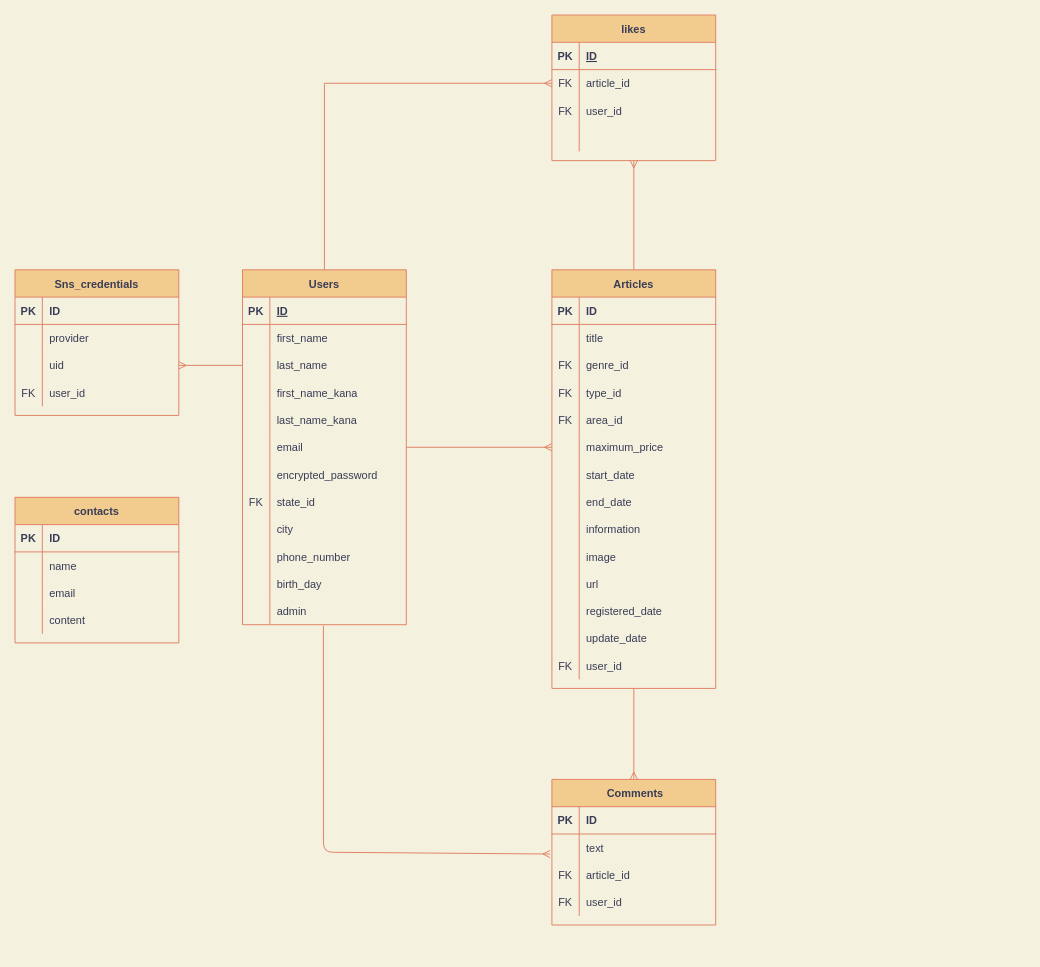
daichi1002/assist keeps this draw.io diagram as assist.dio. Above is the earlier version. Source tidied: cells renumbered, new cells numbered last; positions are measured from the earlier drawing's top-left corner, leaving out a move shared by most shapes. Both pictures are drawn from the tidied source at 91%, with x=0, y=0 at pixel (15, 15).
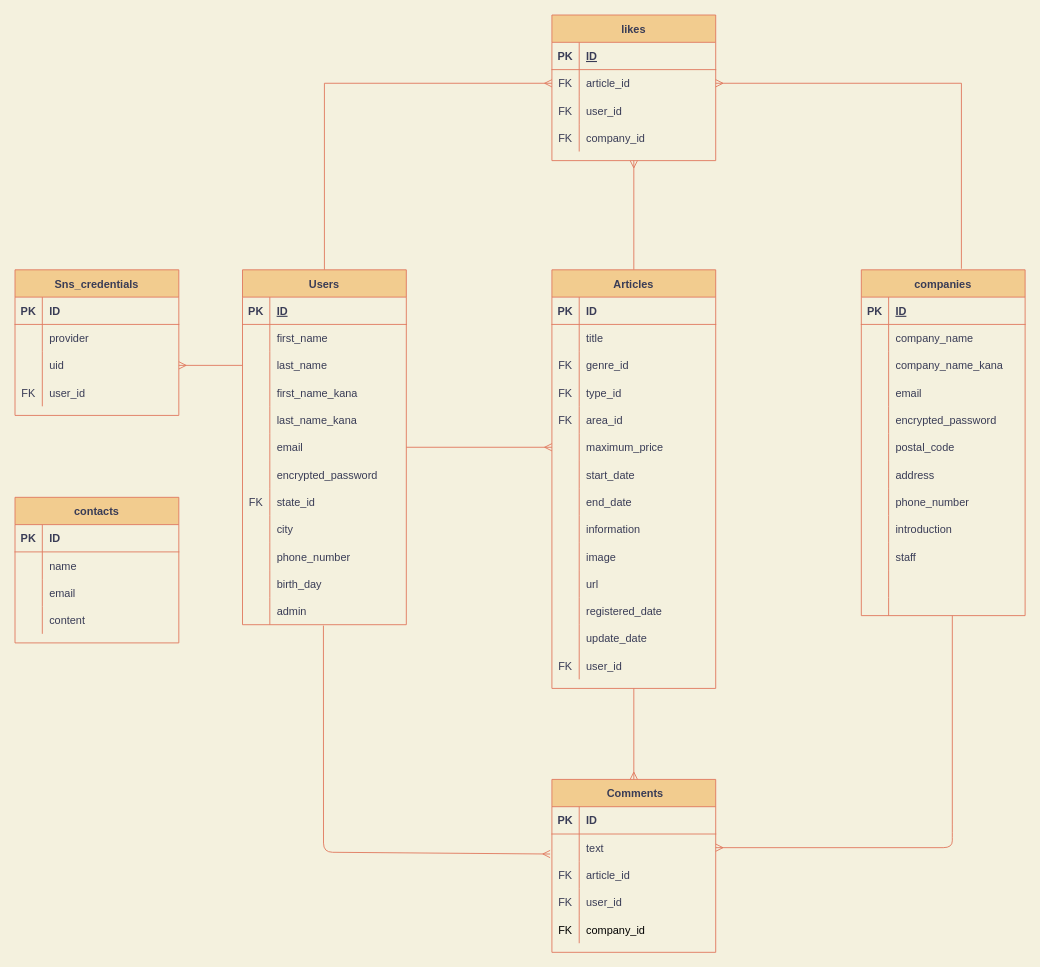
The same page after the edit.

The change refers to these unchanged cells:
```xml
<mxCell id="88" style="shape=partialRectangle;fillColor=none;top=0;left=0;bottom=0;right=0;points=[[0,0.5],[1,0.5]];portConstraint=eastwest;strokeColor=#E07A5F;fontColor=#393C56;" parent="84" vertex="1">
  <mxGeometry y="60" width="180" height="30" as="geometry" />
</mxCell>
<mxCell id="94" style="shape=partialRectangle;fillColor=none;top=0;left=0;bottom=0;right=0;strokeColor=#E07A5F;fontColor=#393C56;" parent="84" vertex="1">
  <mxGeometry y="120" width="180" height="30" as="geometry" />
</mxCell>
<mxCell id="101" style="shape=partialRectangle;fillColor=none;top=0;left=0;bottom=0;right=0;points=[[0,0.5],[1,0.5]];portConstraint=eastwest;strokeColor=#E07A5F;fontColor=#393C56;" parent="97" vertex="1">
  <mxGeometry y="60" width="180" height="30" as="geometry" />
</mxCell>
```

The edit, as a diff of the source:
```diff
@@
-    <mxCell id="95" style="shape=partialRectangle;fillColor=none;top=0;left=0;bottom=0;right=0;overflow=hidden;strokeColor=#E07A5F;fontColor=#393C56;" parent="94" vertex="1">
+    <mxCell id="95" value="FK" style="shape=partialRectangle;fillColor=none;top=0;left=0;bottom=0;right=0;overflow=hidden;strokeColor=#E07A5F;fontColor=#393C56;" parent="94" vertex="1">
       <mxGeometry width="30" height="30" as="geometry" />
     </mxCell>
-    <mxCell id="96" style="shape=partialRectangle;fillColor=none;top=0;left=0;bottom=0;right=0;align=left;spacingLeft=6;overflow=hidden;strokeColor=#E07A5F;fontColor=#393C56;" parent="94" vertex="1">
+    <mxCell id="96" value="company_id" style="shape=partialRectangle;fillColor=none;top=0;left=0;bottom=0;right=0;align=left;spacingLeft=6;overflow=hidden;strokeColor=#E07A5F;fontColor=#393C56;" parent="94" vertex="1">
       <mxGeometry x="30" width="150" height="30" as="geometry" />
     </mxCell>
     <mxCell id="97" value=" Comments" style="shape=table;startSize=30;childLayout=tableLayout;rowLines=0;fontStyle=1;align=center;fillColor=#F2CC8F;strokeColor=#E07A5F;fontColor=#393C56;" parent="1" vertex="1">
-      <mxGeometry x="590" y="840" width="180" height="160" as="geometry" />
+      <mxGeometry x="590" y="840" width="180" height="190" as="geometry" />
     </mxCell>
@@
+    <mxCell id="140" style="shape=partialRectangle;fillColor=none;top=0;left=0;bottom=0;right=0;" parent="97" vertex="1">
+      <mxGeometry y="150" width="180" height="30" as="geometry" />
+    </mxCell>
+    <mxCell id="141" value="FK" style="shape=partialRectangle;fillColor=none;top=0;left=0;bottom=0;right=0;fontStyle=0;overflow=hidden;fontColor=#000000;" parent="140" vertex="1">
+      <mxGeometry width="30" height="30" as="geometry" />
+    </mxCell>
+    <mxCell id="142" value="company_id" style="shape=partialRectangle;fillColor=none;top=0;left=0;bottom=0;right=0;align=left;spacingLeft=6;fontStyle=0;overflow=hidden;fontColor=#000000;" parent="140" vertex="1">
+      <mxGeometry x="30" width="150" height="30" as="geometry" />
+    </mxCell>
@@
+    <mxCell id="143" value="companies" style="shape=table;startSize=30;childLayout=tableLayout;rowLines=0;fontStyle=1;align=center;fillColor=#F2CC8F;strokeColor=#E07A5F;fontColor=#393C56;" parent="1" vertex="1">
+      <mxGeometry x="930" y="280" width="180" height="380" as="geometry" />
+    </mxCell>
+    <mxCell id="144" style="shape=partialRectangle;fillColor=none;top=0;left=0;bottom=1;right=0;strokeColor=#E07A5F;fontColor=#393C56;" parent="143" vertex="1">
+      <mxGeometry y="30" width="180" height="30" as="geometry" />
+    </mxCell>
+    <mxCell id="145" value="PK" style="shape=partialRectangle;fillColor=none;top=0;left=0;bottom=0;right=0;fontStyle=1;overflow=hidden;strokeColor=#E07A5F;fontColor=#393C56;" parent="144" vertex="1">
+      <mxGeometry width="30" height="30" as="geometry" />
+    </mxCell>
+    <mxCell id="146" value="ID" style="shape=partialRectangle;fillColor=none;top=0;left=0;bottom=0;right=0;align=left;spacingLeft=6;fontStyle=5;overflow=hidden;strokeColor=#E07A5F;fontColor=#393C56;" parent="144" vertex="1">
+      <mxGeometry x="30" width="150" height="30" as="geometry" />
+    </mxCell>
+    <mxCell id="147" style="shape=partialRectangle;fillColor=none;top=0;left=0;bottom=0;right=0;strokeColor=#E07A5F;fontColor=#393C56;" parent="143" vertex="1">
+      <mxGeometry y="60" width="180" height="30" as="geometry" />
+    </mxCell>
+    <mxCell id="148" style="shape=partialRectangle;fillColor=none;top=0;left=0;bottom=0;right=0;overflow=hidden;strokeColor=#E07A5F;fontColor=#393C56;" parent="147" vertex="1">
+      <mxGeometry width="30" height="30" as="geometry" />
+    </mxCell>
+    <mxCell id="149" value="company_name" style="shape=partialRectangle;fillColor=none;top=0;left=0;bottom=0;right=0;align=left;spacingLeft=6;overflow=hidden;strokeColor=#E07A5F;fontColor=#393C56;" parent="147" vertex="1">
+      <mxGeometry x="30" width="150" height="30" as="geometry" />
+    </mxCell>
+    <mxCell id="150" style="shape=partialRectangle;fillColor=none;top=0;left=0;bottom=0;right=0;strokeColor=#E07A5F;fontColor=#393C56;" parent="143" vertex="1">
+      <mxGeometry y="90" width="180" height="30" as="geometry" />
+    </mxCell>
+    <mxCell id="151" style="shape=partialRectangle;fillColor=none;top=0;left=0;bottom=0;right=0;overflow=hidden;strokeColor=#E07A5F;fontColor=#393C56;" parent="150" vertex="1">
+      <mxGeometry width="30" height="30" as="geometry" />
+    </mxCell>
+    <mxCell id="152" value="company_name_kana" style="shape=partialRectangle;fillColor=none;top=0;left=0;bottom=0;right=0;align=left;spacingLeft=6;overflow=hidden;strokeColor=#E07A5F;fontColor=#393C56;" parent="150" vertex="1">
+      <mxGeometry x="30" width="150" height="30" as="geometry" />
+    </mxCell>
+    <mxCell id="153" style="shape=partialRectangle;fillColor=none;top=0;left=0;bottom=0;right=0;strokeColor=#E07A5F;fontColor=#393C56;" parent="143" vertex="1">
+      <mxGeometry y="120" width="180" height="30" as="geometry" />
+    </mxCell>
+    <mxCell id="154" style="shape=partialRectangle;fillColor=none;top=0;left=0;bottom=0;right=0;overflow=hidden;strokeColor=#E07A5F;fontColor=#393C56;" parent="153" vertex="1">
+      <mxGeometry width="30" height="30" as="geometry" />
+    </mxCell>
+    <mxCell id="155" value="email" style="shape=partialRectangle;fillColor=none;top=0;left=0;bottom=0;right=0;align=left;spacingLeft=6;overflow=hidden;strokeColor=#E07A5F;fontColor=#393C56;" parent="153" vertex="1">
+      <mxGeometry x="30" width="150" height="30" as="geometry" />
+    </mxCell>
+    <mxCell id="156" style="shape=partialRectangle;fillColor=none;top=0;left=0;bottom=0;right=0;strokeColor=#E07A5F;fontColor=#393C56;" parent="143" vertex="1">
+      <mxGeometry y="150" width="180" height="30" as="geometry" />
+    </mxCell>
+    <mxCell id="157" style="shape=partialRectangle;fillColor=none;top=0;left=0;bottom=0;right=0;overflow=hidden;strokeColor=#E07A5F;fontColor=#393C56;" parent="156" vertex="1">
+      <mxGeometry width="30" height="30" as="geometry" />
+    </mxCell>
+    <mxCell id="158" value="encrypted_password" style="shape=partialRectangle;fillColor=none;top=0;left=0;bottom=0;right=0;align=left;spacingLeft=6;overflow=hidden;strokeColor=#E07A5F;fontColor=#393C56;" parent="156" vertex="1">
+      <mxGeometry x="30" width="150" height="30" as="geometry" />
+    </mxCell>
+    <mxCell id="159" style="shape=partialRectangle;fillColor=none;top=0;left=0;bottom=0;right=0;strokeColor=#E07A5F;fontColor=#393C56;" parent="143" vertex="1">
+      <mxGeometry y="180" width="180" height="30" as="geometry" />
+    </mxCell>
+    <mxCell id="160" style="shape=partialRectangle;fillColor=none;top=0;left=0;bottom=0;right=0;overflow=hidden;strokeColor=#E07A5F;fontColor=#393C56;" parent="159" vertex="1">
+      <mxGeometry width="30" height="30" as="geometry" />
+    </mxCell>
+    <mxCell id="161" value="postal_code" style="shape=partialRectangle;fillColor=none;top=0;left=0;bottom=0;right=0;align=left;spacingLeft=6;overflow=hidden;strokeColor=#E07A5F;fontColor=#393C56;" parent="159" vertex="1">
+      <mxGeometry x="30" width="150" height="30" as="geometry" />
+    </mxCell>
+    <mxCell id="162" style="shape=partialRectangle;fillColor=none;top=0;left=0;bottom=0;right=0;strokeColor=#E07A5F;fontColor=#393C56;" parent="143" vertex="1">
+      <mxGeometry y="210" width="180" height="30" as="geometry" />
+    </mxCell>
+    <mxCell id="163" style="shape=partialRectangle;fillColor=none;top=0;left=0;bottom=0;right=0;overflow=hidden;strokeColor=#E07A5F;fontColor=#393C56;" parent="162" vertex="1">
+      <mxGeometry width="30" height="30" as="geometry" />
+    </mxCell>
+    <mxCell id="164" value="address" style="shape=partialRectangle;fillColor=none;top=0;left=0;bottom=0;right=0;align=left;spacingLeft=6;overflow=hidden;strokeColor=#E07A5F;fontColor=#393C56;" parent="162" vertex="1">
+      <mxGeometry x="30" width="150" height="30" as="geometry" />
+    </mxCell>
+    <mxCell id="165" style="shape=partialRectangle;fillColor=none;top=0;left=0;bottom=0;right=0;strokeColor=#E07A5F;fontColor=#393C56;" parent="143" vertex="1">
+      <mxGeometry y="240" width="180" height="30" as="geometry" />
+    </mxCell>
+    <mxCell id="166" style="shape=partialRectangle;fillColor=none;top=0;left=0;bottom=0;right=0;overflow=hidden;strokeColor=#E07A5F;fontColor=#393C56;" parent="165" vertex="1">
+      <mxGeometry width="30" height="30" as="geometry" />
+    </mxCell>
+    <mxCell id="167" value="phone_number" style="shape=partialRectangle;fillColor=none;top=0;left=0;bottom=0;right=0;align=left;spacingLeft=6;overflow=hidden;strokeColor=#E07A5F;fontColor=#393C56;" parent="165" vertex="1">
+      <mxGeometry x="30" width="150" height="30" as="geometry" />
+    </mxCell>
+    <mxCell id="168" style="shape=partialRectangle;fillColor=none;top=0;left=0;bottom=0;right=0;strokeColor=#E07A5F;fontColor=#393C56;" parent="143" vertex="1">
+      <mxGeometry y="270" width="180" height="30" as="geometry" />
+    </mxCell>
+    <mxCell id="169" style="shape=partialRectangle;fillColor=none;top=0;left=0;bottom=0;right=0;overflow=hidden;strokeColor=#E07A5F;fontColor=#393C56;" parent="168" vertex="1">
+      <mxGeometry width="30" height="30" as="geometry" />
+    </mxCell>
+    <mxCell id="170" value="introduction" style="shape=partialRectangle;fillColor=none;top=0;left=0;bottom=0;right=0;align=left;spacingLeft=6;overflow=hidden;strokeColor=#E07A5F;fontColor=#393C56;" parent="168" vertex="1">
+      <mxGeometry x="30" width="150" height="30" as="geometry" />
+    </mxCell>
+    <mxCell id="171" style="shape=partialRectangle;fillColor=none;top=0;left=0;bottom=0;right=0;strokeColor=#E07A5F;fontColor=#393C56;" parent="143" vertex="1">
+      <mxGeometry y="300" width="180" height="30" as="geometry" />
+    </mxCell>
+    <mxCell id="172" style="shape=partialRectangle;fillColor=none;top=0;left=0;bottom=0;right=0;overflow=hidden;strokeColor=#E07A5F;fontColor=#393C56;" parent="171" vertex="1">
+      <mxGeometry width="30" height="30" as="geometry" />
+    </mxCell>
+    <mxCell id="173" value="staff" style="shape=partialRectangle;fillColor=none;top=0;left=0;bottom=0;right=0;align=left;spacingLeft=6;overflow=hidden;strokeColor=#E07A5F;fontColor=#393C56;" parent="171" vertex="1">
+      <mxGeometry x="30" width="150" height="30" as="geometry" />
+    </mxCell>
+    <mxCell id="174" style="shape=partialRectangle;fillColor=none;top=0;left=0;bottom=0;right=0;strokeColor=#E07A5F;fontColor=#393C56;" parent="143" vertex="1">
+      <mxGeometry y="330" width="180" height="30" as="geometry" />
+    </mxCell>
+    <mxCell id="175" style="shape=partialRectangle;fillColor=none;top=0;left=0;bottom=0;right=0;fontStyle=0;overflow=hidden;strokeColor=#E07A5F;fontColor=#393C56;" parent="174" vertex="1">
+      <mxGeometry width="30" height="30" as="geometry" />
+    </mxCell>
+    <mxCell id="176" style="shape=partialRectangle;fillColor=none;top=0;left=0;bottom=0;right=0;align=left;spacingLeft=6;fontStyle=0;overflow=hidden;strokeColor=#E07A5F;fontColor=#393C56;" parent="174" vertex="1">
+      <mxGeometry x="30" width="150" height="30" as="geometry" />
+    </mxCell>
+    <mxCell id="177" style="shape=partialRectangle;fillColor=none;top=0;left=0;bottom=0;right=0;strokeColor=#E07A5F;fontColor=#393C56;" parent="143" vertex="1">
+      <mxGeometry y="360" width="180" height="20" as="geometry" />
+    </mxCell>
+    <mxCell id="178" style="shape=partialRectangle;fillColor=none;top=0;left=0;bottom=0;right=0;fontStyle=0;overflow=hidden;strokeColor=#E07A5F;fontColor=#393C56;" parent="177" vertex="1">
+      <mxGeometry width="30" height="20" as="geometry" />
+    </mxCell>
+    <mxCell id="179" style="shape=partialRectangle;fillColor=none;top=0;left=0;bottom=0;right=0;align=left;spacingLeft=6;fontStyle=0;overflow=hidden;strokeColor=#E07A5F;fontColor=#393C56;" parent="177" vertex="1">
+      <mxGeometry x="30" width="150" height="20" as="geometry" />
+    </mxCell>
+    <mxCell id="180" style="endArrow=none;html=1;exitX=1;exitY=0.5;exitDx=0;exitDy=0;endFill=0;startArrow=ERmany;startFill=0;entryX=0.494;entryY=1.033;entryDx=0;entryDy=0;entryPerimeter=0;labelBackgroundColor=#F4F1DE;strokeColor=#E07A5F;fontColor=#393C56;" parent="1" edge="1" source="101">
+      <mxGeometry relative="1" as="geometry">
+        <mxPoint x="1030" y="660" as="targetPoint" />
+        <Array as="points">
+          <mxPoint x="1030" y="915" />
+          <mxPoint x="1030" y="900" />
+        </Array>
+      </mxGeometry>
+    </mxCell>
+    <mxCell id="181" style="edgeStyle=orthogonalEdgeStyle;rounded=0;jettySize=auto;html=1;entryX=1;entryY=0.5;entryDx=0;entryDy=0;startArrow=none;startFill=0;endArrow=ERmany;endFill=0;labelBackgroundColor=#F4F1DE;strokeColor=#E07A5F;fontColor=#393C56;exitX=0.611;exitY=-0.003;exitDx=0;exitDy=0;exitPerimeter=0;" parent="1" edge="1" source="143" target="88">
+      <mxGeometry relative="1" as="geometry" />
+    </mxCell>
```
